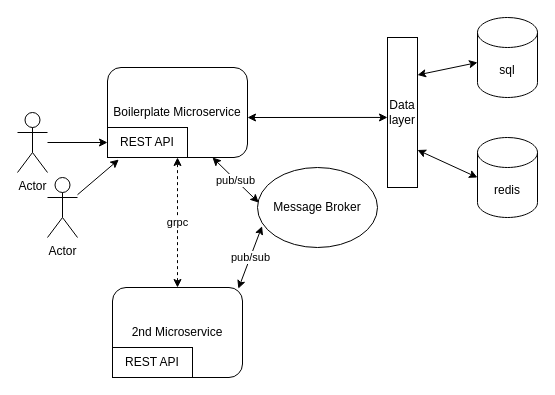
Before: page "Boilerplate-vision" (1 of 2) of doc/go-boilerplate-v1.drawio in zYros90/go-boilerplate-v1, a draw.io diagram. Source tidied: cells renumbered, new cells numbered last; positions are measured from the earlier drawing's top-left corner, leaving out a move shared by most shapes. Both pictures are drawn from the tidied source at 100%, with x=0, y=0 at pixel (17, 17).
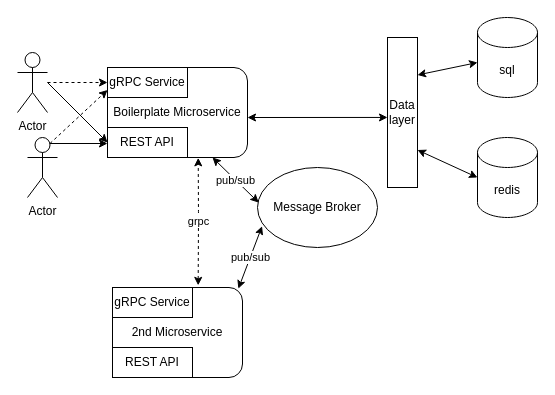
The same diagram, later.

The change refers to these unchanged cells:
```xml
<mxCell id="2" value="Boilerplate Microservice" style="rounded=1;whiteSpace=wrap;html=1;" parent="1" vertex="1">
  <mxGeometry x="90" y="50" width="140" height="90" as="geometry" />
</mxCell>
<mxCell id="4" value="REST API" style="rounded=0;whiteSpace=wrap;html=1;" parent="1" vertex="1">
  <mxGeometry x="90" y="110" width="80" height="30" as="geometry" />
</mxCell>
<mxCell id="11" value="2nd Microservice" style="rounded=1;whiteSpace=wrap;html=1;" parent="1" vertex="1">
  <mxGeometry x="95" y="270" width="130" height="90" as="geometry" />
</mxCell>
```

The edit, as a diff of the source:
```diff
@@
-    <mxCell id="5" style="edgeStyle=none;html=1;entryX=0;entryY=0.5;entryDx=0;entryDy=0;" parent="1" edge="1" source="6" target="4">
-      <mxGeometry relative="1" as="geometry" />
-    </mxCell>
+    <mxCell id="20" style="edgeStyle=none;html=1;entryX=0;entryY=0.5;entryDx=0;entryDy=0;dashed=1;" parent="1" edge="1" source="6" target="24">
+      <mxGeometry relative="1" as="geometry" />
+    </mxCell>
+    <mxCell id="21" style="edgeStyle=none;html=1;" parent="1" edge="1">
+      <mxGeometry relative="1" as="geometry">
+        <mxPoint x="30" y="65" as="sourcePoint" />
+        <mxPoint x="90" y="125" as="targetPoint" />
+      </mxGeometry>
+    </mxCell>
     <mxCell id="6" value="Actor" style="shape=umlActor;verticalLabelPosition=bottom;verticalAlign=top;html=1;outlineConnect=0;" parent="1" vertex="1">
-      <mxGeometry y="95" width="30" height="60" as="geometry" />
+      <mxGeometry y="35" width="30" height="60" as="geometry" />
     </mxCell>
-    <mxCell id="7" style="edgeStyle=none;html=1;entryX=0.141;entryY=1.068;entryDx=0;entryDy=0;entryPerimeter=0;" parent="1" edge="1" source="8" target="4">
-      <mxGeometry relative="1" as="geometry" />
-    </mxCell>
+    <mxCell id="22" style="edgeStyle=none;html=1;exitX=0.75;exitY=0.1;exitDx=0;exitDy=0;exitPerimeter=0;" parent="1" edge="1" source="8">
+      <mxGeometry relative="1" as="geometry">
+        <mxPoint x="90" y="126" as="targetPoint" />
+      </mxGeometry>
+    </mxCell>
+    <mxCell id="23" style="edgeStyle=none;html=1;entryX=0;entryY=0.75;entryDx=0;entryDy=0;dashed=1;exitX=0.75;exitY=0.1;exitDx=0;exitDy=0;exitPerimeter=0;" parent="1" edge="1" source="8" target="24">
+      <mxGeometry relative="1" as="geometry" />
+    </mxCell>
     <mxCell id="8" value="Actor" style="shape=umlActor;verticalLabelPosition=bottom;verticalAlign=top;html=1;outlineConnect=0;" parent="1" vertex="1">
-      <mxGeometry x="30" y="160" width="30" height="60" as="geometry" />
+      <mxGeometry x="10" y="120" width="30" height="60" as="geometry" />
     </mxCell>
@@
-    <mxCell id="19" value="grpc" style="endArrow=classic;startArrow=classic;html=1;exitX=0.5;exitY=0;exitDx=0;exitDy=0;dashed=1;" parent="1" edge="1" source="11">
+    <mxCell id="19" value="grpc" style="endArrow=classic;startArrow=classic;html=1;exitX=0.659;exitY=-0.024;exitDx=0;exitDy=0;dashed=1;entryX=0.648;entryY=1.004;entryDx=0;entryDy=0;entryPerimeter=0;exitPerimeter=0;" parent="1" edge="1" source="11" target="2">
       <mxGeometry relative="1" as="geometry">
-        <mxPoint x="160" y="140" as="targetPoint" />
+        <Array as="points">
+          <mxPoint x="181" y="200" />
+        </Array>
       </mxGeometry>
     </mxCell>
+    <mxCell id="24" value="gRPC Service" style="rounded=0;whiteSpace=wrap;html=1;" parent="1" vertex="1">
+      <mxGeometry x="90" y="50" width="80" height="30" as="geometry" />
+    </mxCell>
+    <mxCell id="25" value="gRPC Service" style="rounded=0;whiteSpace=wrap;html=1;" parent="1" vertex="1">
+      <mxGeometry x="95" y="270" width="80" height="30" as="geometry" />
+    </mxCell>
```
